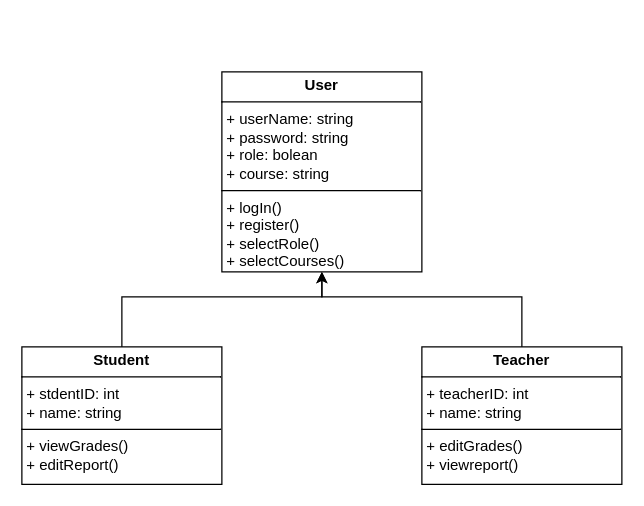
Earlier version of the draw.io diagram Documentation/Class Diagram.drawio (Meriki-Jubert/Our-project). Source tidied: cells renumbered, new cells numbered last; positions are measured from the earlier drawing's top-left corner, leaving out a move shared by most shapes. Both pictures are drawn from the tidied source at 125%, with x=0, y=0 at pixel (21, 71).
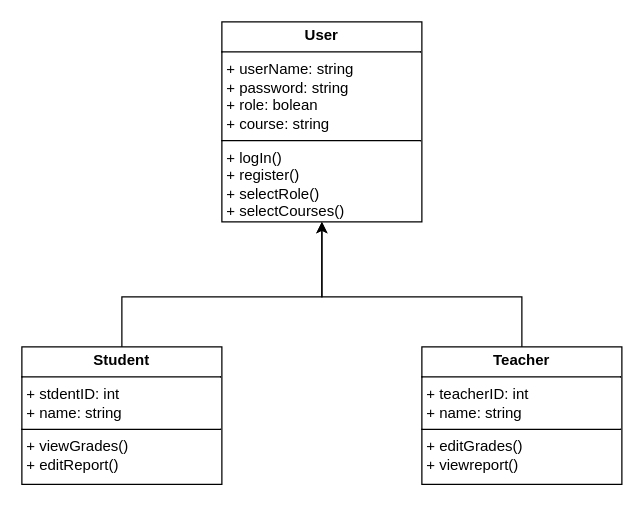
The same page after the edit.

Diff of the diagram source:
```diff
@@
 <mxGraphModel>
   <root>
     <mxCell id="0" />
     <mxCell id="1" parent="0" />
     <mxCell id="2" value="&lt;p style=&quot;margin:0px;margin-top:4px;text-align:center;&quot;&gt;&lt;b&gt;User&lt;/b&gt;&lt;/p&gt;&lt;hr size=&quot;1&quot; style=&quot;border-style:solid;&quot;&gt;&lt;p style=&quot;margin:0px;margin-left:4px;&quot;&gt;+ userName: string&lt;/p&gt;&lt;p style=&quot;margin:0px;margin-left:4px;&quot;&gt;+ password: string&lt;/p&gt;&lt;p style=&quot;margin:0px;margin-left:4px;&quot;&gt;+ role: bolean&lt;/p&gt;&lt;p style=&quot;margin:0px;margin-left:4px;&quot;&gt;+ course: string&lt;/p&gt;&lt;hr size=&quot;1&quot; style=&quot;border-style:solid;&quot;&gt;&lt;p style=&quot;margin:0px;margin-left:4px;&quot;&gt;+ logIn()&lt;/p&gt;&lt;p style=&quot;margin:0px;margin-left:4px;&quot;&gt;+ register()&lt;/p&gt;&lt;p style=&quot;margin:0px;margin-left:4px;&quot;&gt;+ selectRole()&lt;/p&gt;&lt;p style=&quot;margin:0px;margin-left:4px;&quot;&gt;+ selectCourses()&lt;/p&gt;" style="verticalAlign=top;align=left;overflow=fill;html=1;whiteSpace=wrap;" parent="1" vertex="1">
-      <mxGeometry x="160" width="160" height="160" as="geometry" />
+      <mxGeometry x="160" y="-40" width="160" height="160" as="geometry" />
     </mxCell>
     <mxCell id="3" style="edgeStyle=none;rounded=0;jettySize=auto;html=1;exitX=0.5;exitY=0;exitDx=0;exitDy=0;entryX=0.5;entryY=1;entryDx=0;entryDy=0;" parent="1" edge="1" source="4" target="2">
       <mxGeometry relative="1" as="geometry">
         <Array as="points">
           <mxPoint x="80" y="180" />
           <mxPoint x="240" y="180" />
+          <mxPoint x="240" y="150" />
         </Array>
       </mxGeometry>
     </mxCell>
     <mxCell id="4" value="&lt;p style=&quot;margin:0px;margin-top:4px;text-align:center;&quot;&gt;&lt;b&gt;Student&lt;/b&gt;&lt;/p&gt;&lt;hr size=&quot;1&quot; style=&quot;border-style:solid;&quot;&gt;&lt;p style=&quot;margin:0px;margin-left:4px;&quot;&gt;+ stdentID: int&lt;/p&gt;&lt;p style=&quot;margin:0px;margin-left:4px;&quot;&gt;+ name: string&lt;/p&gt;&lt;hr size=&quot;1&quot; style=&quot;border-style:solid;&quot;&gt;&lt;p style=&quot;margin:0px;margin-left:4px;&quot;&gt;+ viewGrades()&lt;/p&gt;&lt;p style=&quot;margin:0px;margin-left:4px;&quot;&gt;+ editReport()&lt;/p&gt;" style="verticalAlign=top;align=left;overflow=fill;html=1;whiteSpace=wrap;" parent="1" vertex="1">
       <mxGeometry y="220" width="160" height="110" as="geometry" />
     </mxCell>
-    <mxCell id="5" style="edgeStyle=none;rounded=0;jettySize=auto;html=1;exitX=0.5;exitY=0;exitDx=0;exitDy=0;" parent="1" edge="1" source="6">
+    <mxCell id="5" style="edgeStyle=none;rounded=0;jettySize=auto;html=1;exitX=0.5;exitY=0;exitDx=0;exitDy=0;entryX=0.5;entryY=1;entryDx=0;entryDy=0;" parent="1" edge="1" source="6" target="2">
       <mxGeometry relative="1" as="geometry">
-        <mxPoint x="240" y="160" as="targetPoint" />
         <Array as="points">
           <mxPoint x="400" y="180" />
           <mxPoint x="240" y="180" />
+          <mxPoint x="240" y="120" />
         </Array>
       </mxGeometry>
     </mxCell>
     <mxCell id="6" value="&lt;p style=&quot;margin:0px;margin-top:4px;text-align:center;&quot;&gt;&lt;b&gt;Teacher&lt;/b&gt;&lt;/p&gt;&lt;hr size=&quot;1&quot; style=&quot;border-style:solid;&quot;&gt;&lt;p style=&quot;margin:0px;margin-left:4px;&quot;&gt;+ teacherID: int&lt;/p&gt;&lt;p style=&quot;margin:0px;margin-left:4px;&quot;&gt;+ name: string&lt;/p&gt;&lt;hr size=&quot;1&quot; style=&quot;border-style:solid;&quot;&gt;&lt;p style=&quot;margin:0px;margin-left:4px;&quot;&gt;+ editGrades()&lt;/p&gt;&lt;p style=&quot;margin:0px;margin-left:4px;&quot;&gt;+ viewreport()&lt;/p&gt;" style="verticalAlign=top;align=left;overflow=fill;html=1;whiteSpace=wrap;" parent="1" vertex="1">
       <mxGeometry x="320" y="220" width="160" height="110" as="geometry" />
     </mxCell>
   </root>
 </mxGraphModel>
```
